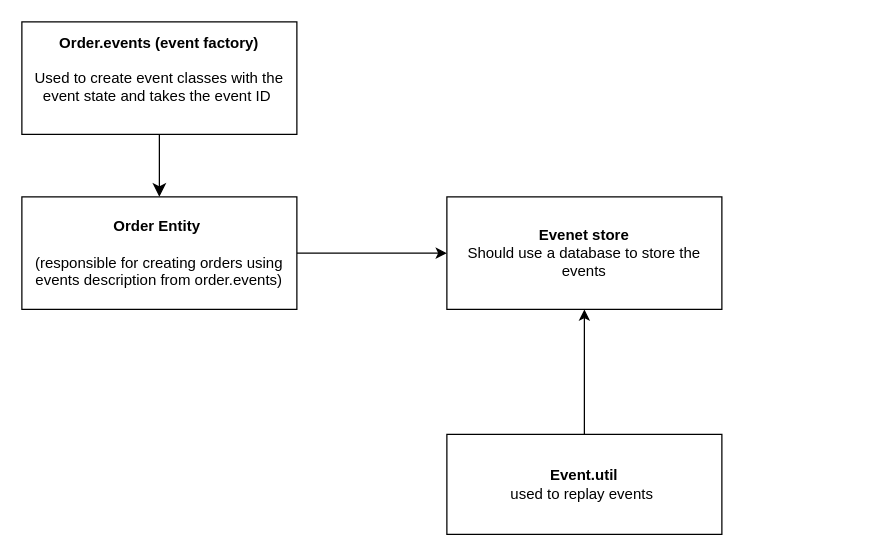
This is documentation/Event-sourcing.drawio from A-Isack/event-sourcing-example, a draw.io file, before an edit. Source tidied: cells renumbered, new cells numbered last; positions are measured from the earlier drawing's top-left corner, leaving out a move shared by most shapes. Both pictures are drawn from the tidied source at 125%, with x=0, y=0 at pixel (21, 21).
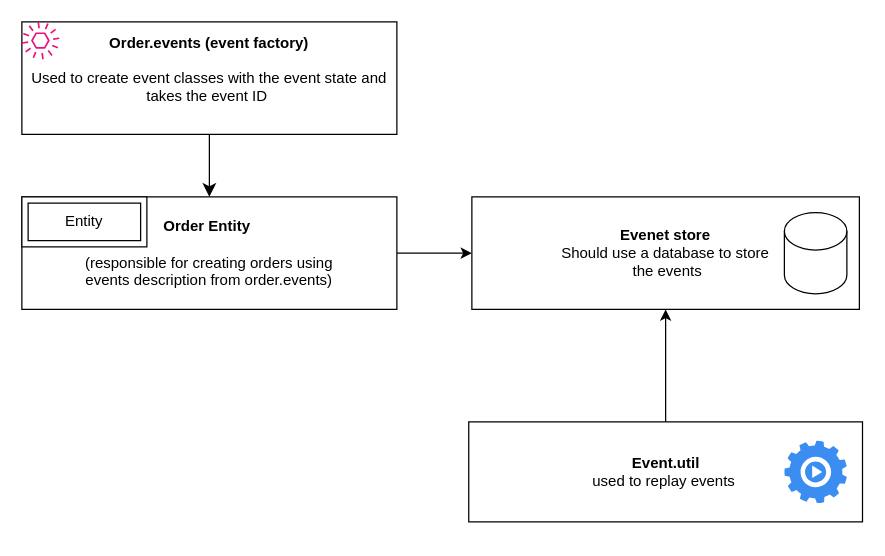
After the change.

What changed in the source:
```diff
@@
 <mxGraphModel>
   <root>
     <mxCell id="0" />
     <mxCell id="1" parent="0" />
     <mxCell id="2" style="edgeStyle=orthogonalEdgeStyle;rounded=0;jettySize=auto;html=1;exitX=1;exitY=0.5;exitDx=0;exitDy=0;entryX=0;entryY=0.5;entryDx=0;entryDy=0;" parent="1" edge="1" source="3" target="6">
       <mxGeometry relative="1" as="geometry" />
     </mxCell>
     <mxCell id="3" value="&lt;b&gt;Order Entity&amp;nbsp;&lt;br&gt;&lt;/b&gt;&lt;br&gt;(responsible for creating orders using &lt;br&gt;events description from order.events)" style="rounded=0;whiteSpace=wrap;html=1;" parent="1" vertex="1">
-      <mxGeometry y="140" width="220" height="90" as="geometry" />
+      <mxGeometry y="140" width="300" height="90" as="geometry" />
     </mxCell>
     <mxCell id="4" value="&lt;b&gt;Order.events (event factory)&lt;/b&gt;&lt;br&gt;&lt;br&gt;Used to create event classes with the event state and takes the event ID&amp;nbsp;&lt;div&gt;&lt;br/&gt;&lt;/div&gt;" style="rounded=0;whiteSpace=wrap;html=1;" parent="1" vertex="1">
-      <mxGeometry width="220" height="90" as="geometry" />
+      <mxGeometry width="300" height="90" as="geometry" />
     </mxCell>
     <mxCell id="5" style="edgeStyle=elbowEdgeStyle;elbow=vertical;endArrow=classic;html=1;curved=0;rounded=0;endSize=8;startSize=8;exitX=0.5;exitY=1;exitDx=0;exitDy=0;entryX=0.5;entryY=0;entryDx=0;entryDy=0;" parent="1" edge="1" source="4" target="3">
       <mxGeometry relative="1" as="geometry">
         <Array as="points">
           <mxPoint x="170" y="100" />
         </Array>
       </mxGeometry>
     </mxCell>
-    <mxCell id="6" value="&lt;b&gt;Evenet store&lt;/b&gt;&lt;br&gt;Should use a database to store the events" style="rounded=0;whiteSpace=wrap;html=1;" parent="1" vertex="1">
-      <mxGeometry x="340" y="140" width="220" height="90" as="geometry" />
+    <mxCell id="6" value="&lt;b&gt;Evenet store&lt;/b&gt;&lt;br&gt;Should use a database to store&lt;br&gt;&amp;nbsp;the events" style="rounded=0;whiteSpace=wrap;html=1;" parent="1" vertex="1">
+      <mxGeometry x="360" y="140" width="310" height="90" as="geometry" />
     </mxCell>
     <mxCell id="7" style="edgeStyle=orthogonalEdgeStyle;rounded=0;jettySize=auto;html=1;entryX=0.5;entryY=1;entryDx=0;entryDy=0;" parent="1" edge="1" source="8" target="6">
       <mxGeometry relative="1" as="geometry" />
     </mxCell>
     <mxCell id="8" value="&lt;b&gt;Event.util&lt;/b&gt;&lt;br&gt;used to replay events&amp;nbsp;" style="rounded=0;whiteSpace=wrap;html=1;" parent="1" vertex="1">
-      <mxGeometry x="340" y="330" width="220" height="80" as="geometry" />
+      <mxGeometry x="357.5" y="320" width="315" height="80" as="geometry" />
     </mxCell>
+    <mxCell id="9" style="shape=cylinder3;whiteSpace=wrap;html=1;boundedLbl=1;backgroundOutline=1;size=15;" parent="1" vertex="1">
+      <mxGeometry x="610" y="152.5" width="50" height="65" as="geometry" />
+    </mxCell>
+    <mxCell id="10" value="Entity" style="shape=ext;margin=3;double=1;whiteSpace=wrap;html=1;align=center;" parent="1" vertex="1">
+      <mxGeometry y="140" width="100" height="40" as="geometry" />
+    </mxCell>
+    <mxCell id="11" style="sketch=0;fontColor=#232F3E;gradientColor=none;fillColor=#E7157B;strokeColor=none;dashed=0;verticalLabelPosition=bottom;verticalAlign=top;align=center;html=1;fontSize=12;fontStyle=0;shape=mxgraph.aws4.event;" parent="1" vertex="1">
+      <mxGeometry width="30" height="30" as="geometry" />
+    </mxCell>
+    <mxCell id="12" style="sketch=0;html=1;strokeColor=none;shadow=0;fillColor=#3B8DF1;verticalAlign=top;labelPosition=center;verticalLabelPosition=bottom;shape=mxgraph.gcp2.play_gear;" parent="1" vertex="1">
+      <mxGeometry x="610" y="335" width="50" height="50" as="geometry" />
+    </mxCell>
   </root>
 </mxGraphModel>
```
